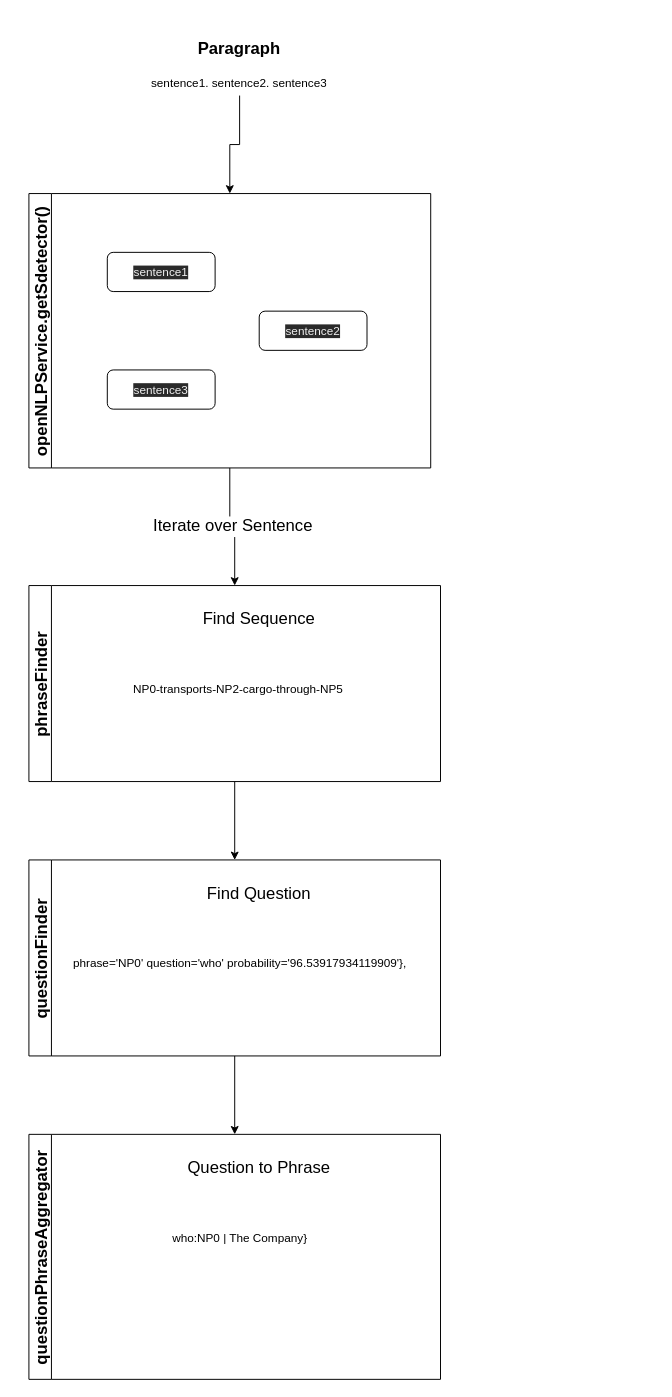
The draw.io diagram model/Untitled Diagram.drawio in ctsjc/spearhead2022, before the edit. Source tidied: cells renumbered, new cells numbered last; positions are measured from the earlier drawing's top-left corner, leaving out a move shared by most shapes. Both pictures are drawn from the tidied source at 98%, with x=0, y=0 at pixel (28, 26).
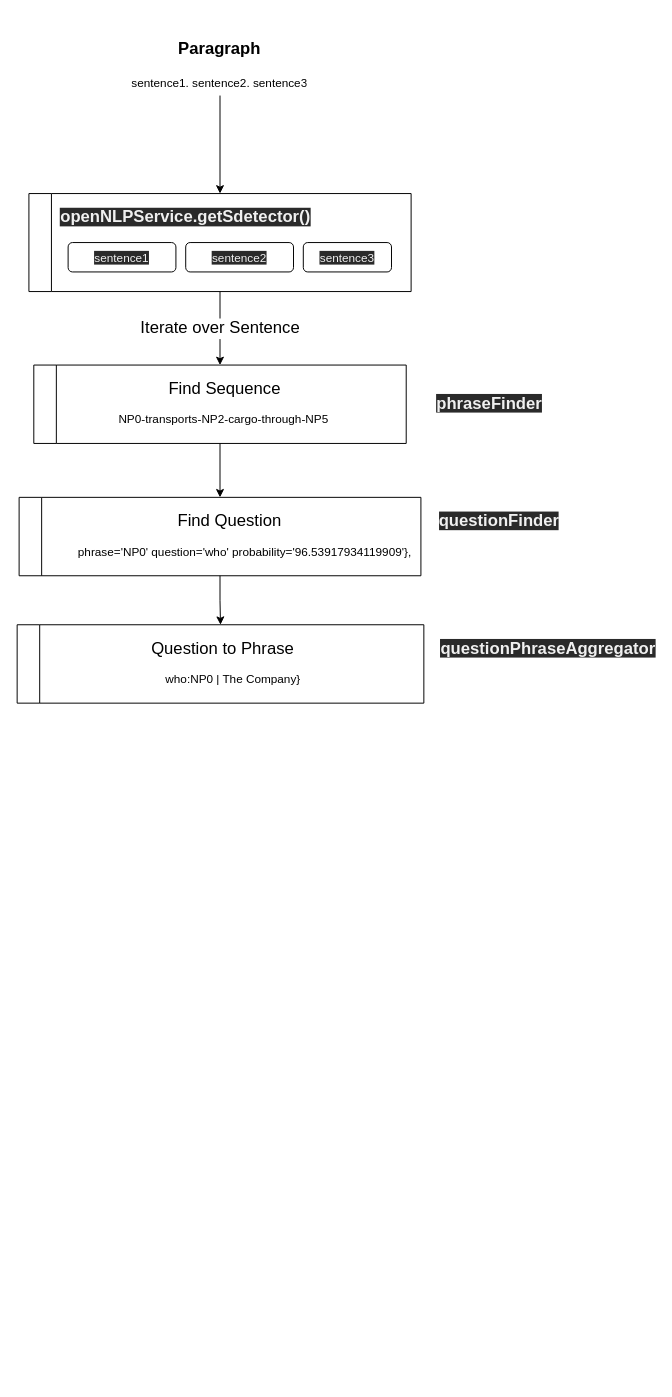
After the change.

The edit, as a diff of the source:
```diff
@@
     <mxCell id="3" value="&lt;h1 style=&quot;text-align: center&quot;&gt;&lt;font style=&quot;font-size: 17px&quot;&gt;Paragraph&lt;/font&gt;&lt;/h1&gt;&lt;p&gt;sentence1. sentence2. sentence3&lt;/p&gt;" style="text;html=1;strokeColor=none;fillColor=none;spacing=5;spacingTop=-20;whiteSpace=wrap;overflow=hidden;rounded=0;" parent="1" vertex="1">
-      <mxGeometry x="120" width="190" height="70" as="geometry" />
+      <mxGeometry x="100" width="190" height="70" as="geometry" />
     </mxCell>
@@
-    <mxCell id="5" value="openNLPService.getSdetector()" style="swimlane;horizontal=0;fontSize=17;" parent="1" vertex="1">
-      <mxGeometry y="170" width="410" height="280" as="geometry" />
+    <mxCell id="5" style="swimlane;horizontal=0;fontSize=17;" parent="1" vertex="1">
+      <mxGeometry y="170" width="390" height="100" as="geometry" />
     </mxCell>
     <mxCell id="6" value="&lt;span style=&quot;color: rgb(240 , 240 , 240) ; font-family: &amp;#34;helvetica&amp;#34; ; font-size: 12px ; font-style: normal ; font-weight: 400 ; letter-spacing: normal ; text-align: left ; text-indent: 0px ; text-transform: none ; word-spacing: 0px ; background-color: rgb(42 , 42 , 42) ; display: inline ; float: none&quot;&gt;sentence3&lt;/span&gt;" style="rounded=1;whiteSpace=wrap;html=1;fontSize=17;" parent="5" vertex="1">
-      <mxGeometry x="80" y="180" width="110" height="40" as="geometry" />
+      <mxGeometry x="280" y="50" width="90" height="30" as="geometry" />
     </mxCell>
     <mxCell id="7" value="&lt;span style=&quot;color: rgb(240, 240, 240); font-family: helvetica; font-size: 12px; font-style: normal; font-weight: 400; letter-spacing: normal; text-align: left; text-indent: 0px; text-transform: none; word-spacing: 0px; background-color: rgb(42, 42, 42); display: inline; float: none;&quot;&gt;sentence1&lt;/span&gt;" style="rounded=1;whiteSpace=wrap;html=1;fontSize=17;" parent="5" vertex="1">
-      <mxGeometry x="80" y="60" width="110" height="40" as="geometry" />
+      <mxGeometry x="40" y="50" width="110" height="30" as="geometry" />
     </mxCell>
     <mxCell id="8" value="&lt;span style=&quot;color: rgb(240 , 240 , 240) ; font-family: &amp;#34;helvetica&amp;#34; ; font-size: 12px ; font-style: normal ; font-weight: 400 ; letter-spacing: normal ; text-align: left ; text-indent: 0px ; text-transform: none ; word-spacing: 0px ; background-color: rgb(42 , 42 , 42) ; display: inline ; float: none&quot;&gt;sentence2&lt;br&gt;&lt;/span&gt;" style="rounded=1;whiteSpace=wrap;html=1;fontSize=17;" parent="5" vertex="1">
-      <mxGeometry x="235" y="120" width="110" height="40" as="geometry" />
+      <mxGeometry x="160" y="50" width="110" height="30" as="geometry" />
     </mxCell>
+    <mxCell id="20" value="&lt;span style=&quot;color: rgb(240, 240, 240); font-family: helvetica; font-size: 17px; font-style: normal; font-weight: 700; letter-spacing: normal; text-align: center; text-indent: 0px; text-transform: none; word-spacing: 0px; background-color: rgb(42, 42, 42); display: inline; float: none;&quot;&gt;openNLPService.getSdetector()&lt;/span&gt;" style="text;html=1;strokeColor=none;fillColor=none;align=center;verticalAlign=middle;whiteSpace=wrap;rounded=0;fontSize=12;" parent="5" vertex="1">
+      <mxGeometry x="130" y="10" width="60" height="30" as="geometry" />
+    </mxCell>
@@
-    <mxCell id="10" value="phraseFinder" style="swimlane;horizontal=0;fontSize=17;startSize=23;" parent="1" vertex="1">
-      <mxGeometry y="570" width="420" height="200" as="geometry" />
+    <mxCell id="10" style="swimlane;horizontal=0;fontSize=17;startSize=23;" parent="1" vertex="1">
+      <mxGeometry x="5" y="345" width="380" height="80" as="geometry" />
     </mxCell>
     <mxCell id="11" value="Find Sequence" style="text;html=1;strokeColor=none;fillColor=none;align=center;verticalAlign=middle;whiteSpace=wrap;rounded=0;fontSize=17;" parent="10" vertex="1">
-      <mxGeometry x="140" y="20" width="190" height="30" as="geometry" />
+      <mxGeometry x="100" y="10" width="190" height="30" as="geometry" />
     </mxCell>
     <mxCell id="12" value="&lt;font style=&quot;font-size: 12px&quot;&gt;NP0-transports-NP2-cargo-through-NP5&amp;nbsp;&lt;/font&gt;" style="text;html=1;align=center;verticalAlign=middle;strokeColor=none;fillColor=none;fontSize=17;" parent="10" vertex="1">
-      <mxGeometry x="100" y="90" width="230" height="30" as="geometry" />
+      <mxGeometry x="80" y="40" width="230" height="30" as="geometry" />
     </mxCell>
@@
-    <mxCell id="14" value="questionFinder" style="swimlane;horizontal=0;fontSize=17;" parent="1" vertex="1">
-      <mxGeometry y="850" width="420" height="200" as="geometry" />
+    <mxCell id="14" style="swimlane;horizontal=0;fontSize=17;" parent="1" vertex="1">
+      <mxGeometry x="-10" y="480" width="410" height="80" as="geometry" />
     </mxCell>
     <mxCell id="15" value="Find Question" style="text;html=1;strokeColor=none;fillColor=none;align=center;verticalAlign=middle;whiteSpace=wrap;rounded=0;fontSize=17;" parent="14" vertex="1">
-      <mxGeometry x="140" y="20" width="190" height="30" as="geometry" />
+      <mxGeometry x="120" y="10" width="190" height="30" as="geometry" />
     </mxCell>
     <mxCell id="16" value="&lt;span style=&quot;font-size: 12px&quot;&gt;phrase='NP0'&lt;/span&gt;&lt;span style=&quot;font-size: 12px&quot;&gt;&amp;nbsp;&lt;/span&gt;&lt;span style=&quot;font-size: 12px&quot;&gt;question='who'&lt;/span&gt;&lt;span style=&quot;font-size: 12px&quot;&gt;&amp;nbsp;&lt;/span&gt;&lt;span style=&quot;font-size: 12px&quot;&gt;probability='96.53917934119909'},&lt;/span&gt;" style="text;html=1;align=center;verticalAlign=middle;strokeColor=none;fillColor=none;fontSize=17;" parent="14" vertex="1">
-      <mxGeometry x="35" y="90" width="360" height="30" as="geometry" />
+      <mxGeometry x="50" y="40" width="360" height="30" as="geometry" />
     </mxCell>
-    <mxCell id="17" value="questionPhraseAggregator" style="swimlane;horizontal=0;fontSize=17;" parent="1" vertex="1">
-      <mxGeometry y="1130" width="420" height="250" as="geometry" />
+    <mxCell id="17" style="swimlane;horizontal=0;fontSize=17;" parent="1" vertex="1">
+      <mxGeometry x="-12" y="610" width="415" height="80" as="geometry" />
     </mxCell>
     <mxCell id="18" value="Question to Phrase" style="text;html=1;strokeColor=none;fillColor=none;align=center;verticalAlign=middle;whiteSpace=wrap;rounded=0;fontSize=17;" parent="17" vertex="1">
-      <mxGeometry x="140" y="20" width="190" height="30" as="geometry" />
+      <mxGeometry x="115" y="10" width="190" height="30" as="geometry" />
     </mxCell>
     <mxCell id="19" value="&lt;span style=&quot;font-size: 12px&quot;&gt;who:NP0 | The Company}&lt;/span&gt;" style="text;html=1;align=center;verticalAlign=middle;strokeColor=none;fillColor=none;fontSize=17;" parent="17" vertex="1">
-      <mxGeometry x="140" y="90" width="150" height="30" as="geometry" />
+      <mxGeometry x="145" y="40" width="150" height="30" as="geometry" />
     </mxCell>
+    <mxCell id="21" value="&lt;span style=&quot;color: rgb(240, 240, 240); font-family: helvetica; font-size: 17px; font-style: normal; font-weight: 700; letter-spacing: normal; text-align: center; text-indent: 0px; text-transform: none; word-spacing: 0px; background-color: rgb(42, 42, 42); display: inline; float: none;&quot;&gt;phraseFinder&lt;/span&gt;" style="text;html=1;strokeColor=none;fillColor=none;align=center;verticalAlign=middle;whiteSpace=wrap;rounded=0;fontSize=12;" parent="1" vertex="1">
+      <mxGeometry x="440" y="370" width="60" height="30" as="geometry" />
+    </mxCell>
+    <mxCell id="22" value="&lt;span style=&quot;color: rgb(240, 240, 240); font-family: helvetica; font-size: 17px; font-style: normal; font-weight: 700; letter-spacing: normal; text-align: center; text-indent: 0px; text-transform: none; word-spacing: 0px; background-color: rgb(42, 42, 42); display: inline; float: none;&quot;&gt;questionFinder&lt;/span&gt;" style="text;html=1;strokeColor=none;fillColor=none;align=center;verticalAlign=middle;whiteSpace=wrap;rounded=0;fontSize=12;" parent="1" vertex="1">
+      <mxGeometry x="450" y="490" width="60" height="30" as="geometry" />
+    </mxCell>
+    <mxCell id="23" value="&lt;span style=&quot;color: rgb(240, 240, 240); font-family: helvetica; font-size: 17px; font-style: normal; font-weight: 700; letter-spacing: normal; text-align: center; text-indent: 0px; text-transform: none; word-spacing: 0px; background-color: rgb(42, 42, 42); display: inline; float: none;&quot;&gt;questionPhraseAggregator&lt;/span&gt;" style="text;html=1;strokeColor=none;fillColor=none;align=center;verticalAlign=middle;whiteSpace=wrap;rounded=0;fontSize=12;" parent="1" vertex="1">
+      <mxGeometry x="500" y="620" width="60" height="30" as="geometry" />
+    </mxCell>
```
